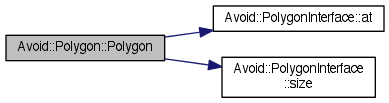
Earlier version of the Graphviz export documentation/classAvoid_1_1Polygon_a73f9d5bd92622bd8db898246b0c2e194_cgraph.png (mjwybrow/adaptagrams). Its source is kept beside it as documentation/classAvoid_1_1Polygon_a73f9d5bd92622bd8db898246b0c2e194_cgraph.dot.
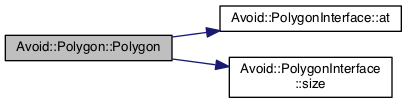
After the change.

What changed in the source:
```diff
@@ -3,9 +3,9 @@
   edge [fontname="Helvetica",fontsize="10",labelfontname="Helvetica",labelfontsize="10"];
   node [fontname="Helvetica",fontsize="10",shape=record];
   rankdir="LR";
-  Node1 [label="Avoid::Polygon::Polygon",height=0.2,width=0.4,color="black", fillcolor="grey75", style="filled" fontcolor="black"];
+  Node1 [label="Avoid::Polygon::Polygon",height=0.2,width=0.4,color="black", fillcolor="grey75", style="filled", fontcolor="black"];
   Node1 -> Node2 [color="midnightblue",fontsize="10",style="solid",fontname="Helvetica"];
-  Node2 [label="Avoid::PolygonInterface::at",height=0.2,width=0.4,color="black", fillcolor="white", style="filled",URL="$classAvoid_1_1PolygonInterface.html#ad85cc8c5e376b8b01ca37e9684b4de71",tooltip="Returns a specific point in the polygon."];
+  Node2 [label="Avoid::PolygonInterface::at",height=0.2,width=0.4,color="black", fillcolor="white", style="filled",URL="$classAvoid_1_1PolygonInterface.html#a951dedf93a692fc9dccdada741d9ebe5",tooltip="Returns a specific point in the polygon. "];
   Node1 -> Node3 [color="midnightblue",fontsize="10",style="solid",fontname="Helvetica"];
-  Node3 [label="Avoid::PolygonInterface\l::size",height=0.2,width=0.4,color="black", fillcolor="white", style="filled",URL="$classAvoid_1_1PolygonInterface.html#ac9ce0706613e5870e5e7136d147673f6",tooltip="Returns the number of points in this polygon."];
+  Node3 [label="Avoid::PolygonInterface\l::size",height=0.2,width=0.4,color="black", fillcolor="white", style="filled",URL="$classAvoid_1_1PolygonInterface.html#ab191f5c82a665cc074576bae9f304e8d",tooltip="Returns the number of points in this polygon. "];
 }
```
